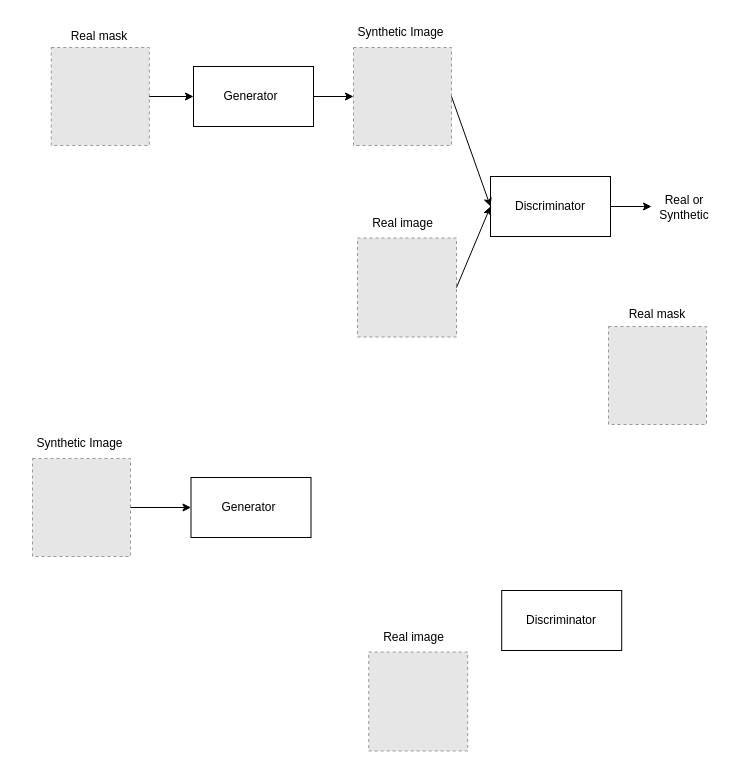
Before: src/Cycle GAN.drawio in KamenDamov/IFT3710-Advanced-Project-in-ML-AI, a draw.io diagram. Source tidied: cells renumbered, new cells numbered last; positions are measured from the earlier drawing's top-left corner, leaving out a move shared by most shapes. Both pictures are drawn from the tidied source at 100%, with x=0, y=0 at pixel (29, 17). Pictures stored in the file or linked from it are replaced by grey dashed boxes.
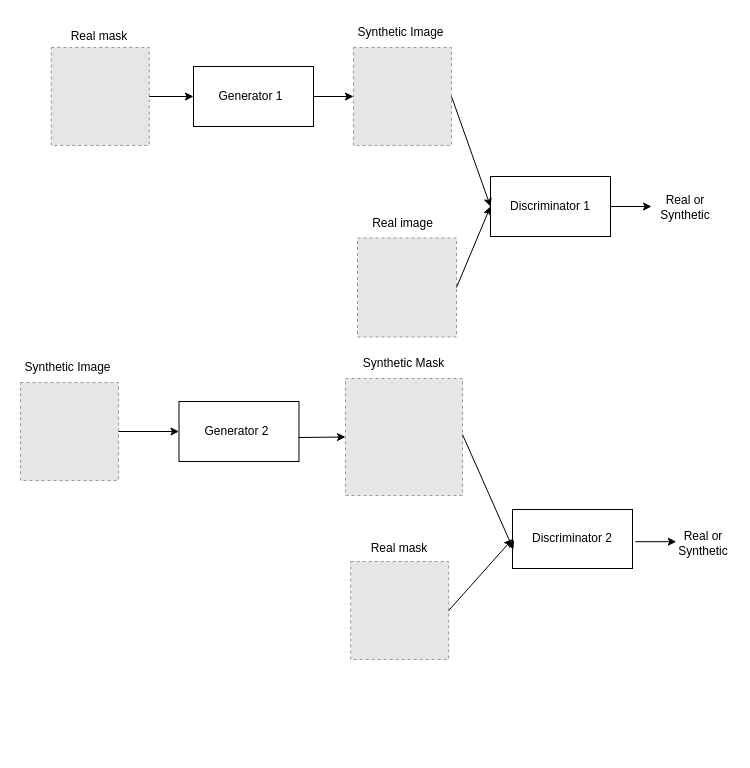
Above is the later version.

Diff of the diagram source:
```diff
@@
-    <mxCell id="4" value="Generator" style="text;html=1;align=center;verticalAlign=middle;whiteSpace=wrap;rounded=0;" parent="1" vertex="1">
+    <mxCell id="4" value="Generator 1" style="text;html=1;align=center;verticalAlign=middle;whiteSpace=wrap;rounded=0;" parent="1" vertex="1">
       <mxGeometry x="184" y="65.5" width="75" height="27" as="geometry" />
     </mxCell>
-    <mxCell id="5" value="Discriminator" style="text;html=1;align=center;verticalAlign=middle;whiteSpace=wrap;rounded=0;" parent="1" vertex="1">
+    <mxCell id="5" value="Discriminator 1" style="text;html=1;align=center;verticalAlign=middle;whiteSpace=wrap;rounded=0;" parent="1" vertex="1">
       <mxGeometry x="468" y="173" width="106" height="32" as="geometry" />
     </mxCell>
@@
     <mxCell id="17" value="Real or Synthetic" style="text;html=1;align=center;verticalAlign=middle;whiteSpace=wrap;rounded=0;" parent="1" vertex="1">
-      <mxGeometry x="625" y="175" width="60" height="30" as="geometry" />
+      <mxGeometry x="626" y="175" width="60" height="30" as="geometry" />
     </mxCell>
     <mxCell id="18" style="rounded=0;whiteSpace=wrap;html=1;" parent="1" vertex="1">
-      <mxGeometry x="161.5" y="460" width="120" height="60" as="geometry" />
+      <mxGeometry x="149.5" y="384" width="120" height="60" as="geometry" />
     </mxCell>
     <mxCell id="19" style="rounded=0;whiteSpace=wrap;html=1;" parent="1" vertex="1">
-      <mxGeometry x="472.2" y="573" width="120" height="60" as="geometry" />
+      <mxGeometry x="483" y="492" width="120" height="59" as="geometry" />
     </mxCell>
-    <mxCell id="20" value="Generator" style="text;html=1;align=center;verticalAlign=middle;whiteSpace=wrap;rounded=0;" parent="1" vertex="1">
-      <mxGeometry x="181.5" y="476.5" width="75" height="27" as="geometry" />
+    <mxCell id="20" value="Generator 2" style="text;html=1;align=center;verticalAlign=middle;whiteSpace=wrap;rounded=0;" parent="1" vertex="1">
+      <mxGeometry x="169.5" y="400.5" width="75" height="27" as="geometry" />
     </mxCell>
-    <mxCell id="21" value="Discriminator" style="text;html=1;align=center;verticalAlign=middle;whiteSpace=wrap;rounded=0;" parent="1" vertex="1">
-      <mxGeometry x="479.2" y="587" width="106" height="32" as="geometry" />
+    <mxCell id="21" value="Discriminator 2" style="text;html=1;align=center;verticalAlign=middle;whiteSpace=wrap;rounded=0;" parent="1" vertex="1">
+      <mxGeometry x="490" y="505" width="106" height="32" as="geometry" />
     </mxCell>
-    <mxCell id="22" style="fillColor=#E6E6E6;strokeColor=#999999;dashed=1;verticalLabelPosition=bottom;labelBackgroundColor=default;verticalAlign=top;" parent="1" vertex="1">
-      <mxGeometry x="339.2" y="634.5" width="99" height="99" as="geometry" />
-    </mxCell>
-    <mxCell id="23" value="Real image" style="text;html=1;align=center;verticalAlign=middle;whiteSpace=wrap;rounded=0;" parent="1" vertex="1">
-      <mxGeometry x="326" y="604.5" width="116.5" height="30" as="geometry" />
-    </mxCell>
     <mxCell id="24" style="fillColor=#E6E6E6;strokeColor=#999999;dashed=1;verticalLabelPosition=bottom;labelBackgroundColor=default;verticalAlign=top;" parent="1" vertex="1">
-      <mxGeometry x="579" y="309" width="98" height="98" as="geometry" />
+      <mxGeometry x="321.2" y="544" width="98" height="98" as="geometry" />
     </mxCell>
     <mxCell id="25" value="Real mask" style="text;html=1;align=center;verticalAlign=middle;whiteSpace=wrap;rounded=0;" parent="1" vertex="1">
-      <mxGeometry x="580" y="282" width="96" height="30" as="geometry" />
+      <mxGeometry x="322.2" y="517" width="96" height="28" as="geometry" />
     </mxCell>
     <mxCell id="26" style="fillColor=#E6E6E6;strokeColor=#999999;dashed=1;verticalLabelPosition=bottom;labelBackgroundColor=default;verticalAlign=top;" parent="1" vertex="1">
-      <mxGeometry x="3" y="441" width="98" height="98" as="geometry" />
+      <mxGeometry x="-9" y="365" width="98" height="98" as="geometry" />
     </mxCell>
     <mxCell id="27" value="Synthetic Image" style="text;html=1;align=center;verticalAlign=middle;whiteSpace=wrap;rounded=0;" parent="1" vertex="1">
-      <mxGeometry y="411" width="101" height="30" as="geometry" />
+      <mxGeometry x="-12" y="335" width="101" height="30" as="geometry" />
     </mxCell>
@@
+    <mxCell id="29" style="endArrow=classic;html=1;rounded=0;exitX=1;exitY=0.5;exitDx=0;exitDy=0;entryX=0;entryY=0.5;entryDx=0;entryDy=0;" parent="1" edge="1" source="24" target="19">
+      <mxGeometry relative="1" as="geometry" />
+    </mxCell>
+    <mxCell id="30" value="Real or Synthetic" style="text;html=1;align=center;verticalAlign=middle;whiteSpace=wrap;rounded=0;" parent="1" vertex="1">
+      <mxGeometry x="644" y="511" width="60" height="30" as="geometry" />
+    </mxCell>
+    <mxCell id="31" style="endArrow=classic;html=1;rounded=0;exitX=1;exitY=0.5;exitDx=0;exitDy=0;" parent="1" edge="1">
+      <mxGeometry relative="1" as="geometry">
+        <mxPoint x="605.8" y="524.2" as="sourcePoint" />
+        <mxPoint x="646.8" y="524.2" as="targetPoint" />
+      </mxGeometry>
+    </mxCell>
+    <mxCell id="32" style="fillColor=#E6E6E6;strokeColor=#999999;dashed=1;verticalLabelPosition=bottom;labelBackgroundColor=default;verticalAlign=top;" parent="1" vertex="1">
+      <mxGeometry x="316" y="361" width="117" height="117" as="geometry" />
+    </mxCell>
+    <mxCell id="33" value="Synthetic Mask" style="text;html=1;align=center;verticalAlign=middle;whiteSpace=wrap;rounded=0;" parent="1" vertex="1">
+      <mxGeometry x="324" y="331" width="101" height="30" as="geometry" />
+    </mxCell>
+    <mxCell id="34" style="endArrow=classic;html=1;rounded=0;entryX=0;entryY=0.5;entryDx=0;entryDy=0;" parent="1" edge="1" target="32">
+      <mxGeometry relative="1" as="geometry">
+        <mxPoint x="269" y="420" as="sourcePoint" />
+      </mxGeometry>
+    </mxCell>
+    <mxCell id="35" style="endArrow=classic;html=1;rounded=0;exitX=1;exitY=0.5;exitDx=0;exitDy=0;entryX=0.008;entryY=0.678;entryDx=0;entryDy=0;entryPerimeter=0;" parent="1" edge="1" target="19">
+      <mxGeometry relative="1" as="geometry">
+        <mxPoint x="433" y="417" as="sourcePoint" />
+      </mxGeometry>
+    </mxCell>
```
